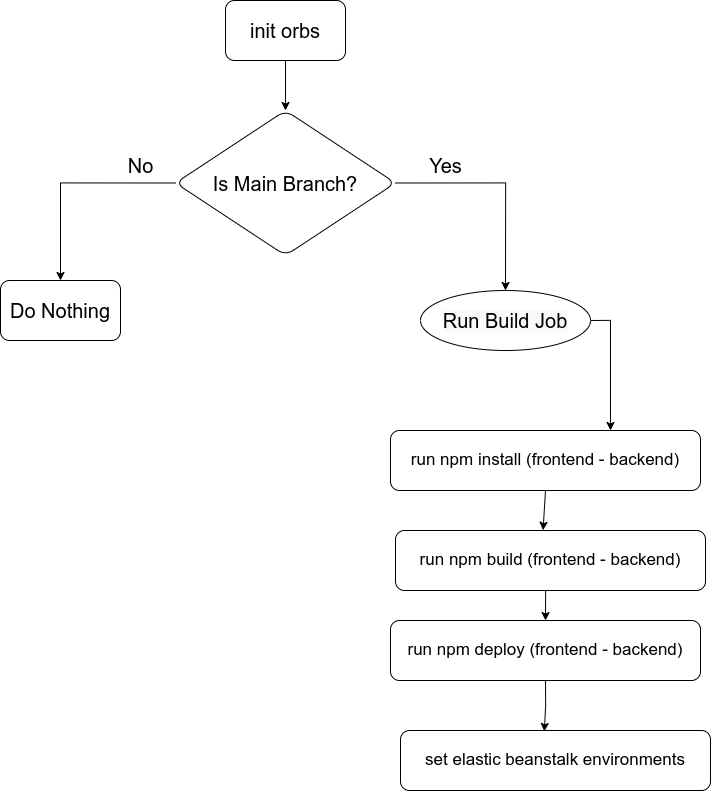
This is documentation/assets/circleci-diagram.png from sayedayman203/udagram-api, a draw.io export, as it was before one commit. Source tidied: cells renumbered, new cells last; positions are measured from the earlier drawing's top-left corner, leaving out a move shared by most shapes. Its diagram source:
```xml
<mxGraphModel>
  <root>
    <mxCell id="0" />
    <mxCell id="1" parent="0" />
    <mxCell id="2" style="edgeStyle=orthogonalEdgeStyle;rounded=0;jettySize=auto;html=1;fontSize=20;" parent="1" edge="1" source="3" target="11">
      <mxGeometry relative="1" as="geometry" />
    </mxCell>
    <mxCell id="3" value="&lt;span style=&quot;font-size: 20px&quot;&gt;init orbs&lt;/span&gt;" style="rounded=1;whiteSpace=wrap;html=1;" parent="1" vertex="1">
      <mxGeometry x="225" width="120" height="60" as="geometry" />
    </mxCell>
    <mxCell id="4" style="edgeStyle=orthogonalEdgeStyle;rounded=0;jettySize=auto;html=1;fontSize=20;exitX=0;exitY=0.5;exitDx=0;exitDy=0;" parent="1" edge="1" source="11" target="6">
      <mxGeometry relative="1" as="geometry">
        <Array as="points">
          <mxPoint x="60" y="183" />
        </Array>
      </mxGeometry>
    </mxCell>
    <mxCell id="5" style="edgeStyle=orthogonalEdgeStyle;rounded=0;jettySize=auto;html=1;fontSize=20;exitX=1;exitY=0.5;exitDx=0;exitDy=0;entryX=0.5;entryY=0;entryDx=0;entryDy=0;" parent="1" edge="1" source="11" target="10">
      <mxGeometry relative="1" as="geometry" />
    </mxCell>
    <mxCell id="6" value="&lt;font style=&quot;font-size: 20px&quot;&gt;Do Nothing&lt;/font&gt;" style="whiteSpace=wrap;html=1;rounded=1;" parent="1" vertex="1">
      <mxGeometry y="280" width="120" height="60" as="geometry" />
    </mxCell>
    <mxCell id="7" value="No" style="text;html=1;align=center;verticalAlign=middle;strokeColor=none;fillColor=none;fontSize=20;" parent="1" vertex="1">
      <mxGeometry x="120" y="150" width="40" height="30" as="geometry" />
    </mxCell>
    <mxCell id="8" value="Yes" style="text;html=1;align=center;verticalAlign=middle;strokeColor=none;fillColor=none;fontSize=20;" parent="1" vertex="1">
      <mxGeometry x="420" y="150" width="50" height="30" as="geometry" />
    </mxCell>
    <mxCell id="9" style="edgeStyle=orthogonalEdgeStyle;rounded=0;jettySize=auto;html=1;fontSize=20;exitX=1;exitY=0.5;exitDx=0;exitDy=0;" parent="1" edge="1" source="10" target="13">
      <mxGeometry relative="1" as="geometry">
        <Array as="points">
          <mxPoint x="610" y="320" />
        </Array>
      </mxGeometry>
    </mxCell>
    <mxCell id="10" value="&lt;span style=&quot;color: rgb(0, 0, 0); font-family: helvetica; font-size: 20px; font-style: normal; font-weight: 400; letter-spacing: normal; text-align: center; text-indent: 0px; text-transform: none; word-spacing: 0px; background-color: rgb(248, 249, 250); display: inline; float: none;&quot;&gt;Run Build Job&lt;/span&gt;" style="ellipse;whiteSpace=wrap;html=1;rounded=1;" parent="1" vertex="1">
      <mxGeometry x="420" y="290" width="170" height="60" as="geometry" />
    </mxCell>
    <mxCell id="11" value="&lt;font style=&quot;font-size: 20px&quot;&gt;Is Main Branch?&lt;/font&gt;" style="rhombus;whiteSpace=wrap;html=1;rounded=1;" parent="1" vertex="1">
      <mxGeometry x="175" y="110" width="220" height="145" as="geometry" />
    </mxCell>
    <mxCell id="12" style="edgeStyle=orthogonalEdgeStyle;rounded=0;jettySize=auto;html=1;exitX=0.5;exitY=1;exitDx=0;exitDy=0;entryX=0.476;entryY=-0.004;entryDx=0;entryDy=0;entryPerimeter=0;fontSize=17;" parent="1" edge="1" source="13" target="15">
      <mxGeometry relative="1" as="geometry" />
    </mxCell>
    <mxCell id="13" value="&lt;font style=&quot;font-size: 17px&quot;&gt;run npm install (frontend - backend)&lt;/font&gt;" style="whiteSpace=wrap;html=1;rounded=1;" parent="1" vertex="1">
      <mxGeometry x="390" y="430" width="310" height="60" as="geometry" />
    </mxCell>
    <mxCell id="14" style="edgeStyle=orthogonalEdgeStyle;rounded=0;jettySize=auto;html=1;exitX=0.5;exitY=1;exitDx=0;exitDy=0;entryX=0.5;entryY=0;entryDx=0;entryDy=0;fontSize=17;" parent="1" edge="1" source="15" target="17">
      <mxGeometry relative="1" as="geometry" />
    </mxCell>
    <mxCell id="15" value="&lt;font style=&quot;font-size: 17px&quot;&gt;run npm build (frontend - backend)&lt;/font&gt;" style="whiteSpace=wrap;html=1;rounded=1;" parent="1" vertex="1">
      <mxGeometry x="395" y="530" width="310" height="60" as="geometry" />
    </mxCell>
    <mxCell id="16" style="edgeStyle=orthogonalEdgeStyle;rounded=0;jettySize=auto;html=1;exitX=0.5;exitY=1;exitDx=0;exitDy=0;entryX=0.464;entryY=0.015;entryDx=0;entryDy=0;entryPerimeter=0;fontSize=17;" parent="1" edge="1" source="17" target="18">
      <mxGeometry relative="1" as="geometry">
        <Array as="points">
          <mxPoint x="545" y="705" />
          <mxPoint x="544" y="705" />
        </Array>
      </mxGeometry>
    </mxCell>
    <mxCell id="17" value="&lt;font style=&quot;font-size: 17px&quot;&gt;run npm deploy (frontend - backend)&lt;/font&gt;" style="whiteSpace=wrap;html=1;rounded=1;" parent="1" vertex="1">
      <mxGeometry x="390" y="620" width="310" height="60" as="geometry" />
    </mxCell>
    <mxCell id="18" value="&lt;font style=&quot;font-size: 17px&quot;&gt;set elastic beanstalk environments&lt;/font&gt;" style="whiteSpace=wrap;html=1;rounded=1;" parent="1" vertex="1">
      <mxGeometry x="400" y="730" width="310" height="60" as="geometry" />
    </mxCell>
  </root>
</mxGraphModel>
```
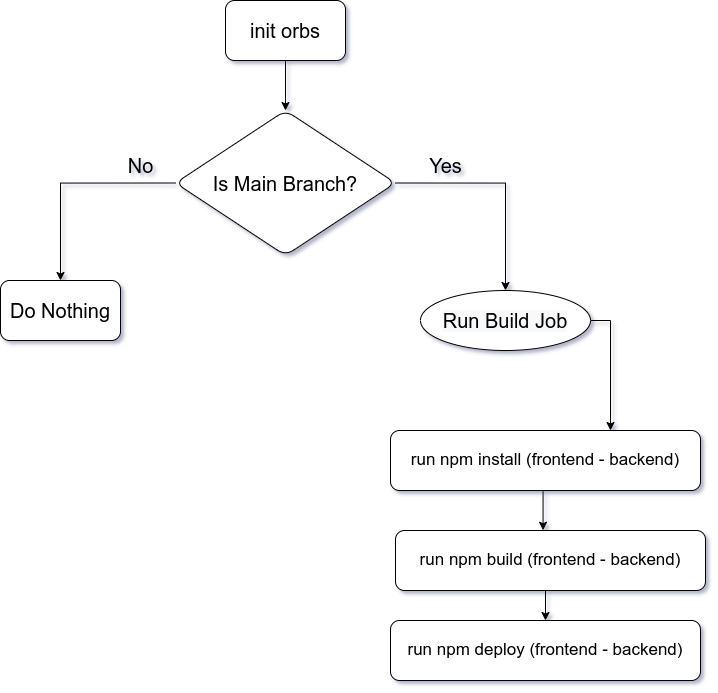
After the commit.

Change to the diagram source:
```diff
@@ -52,19 +52,8 @@
     <mxCell id="15" value="&lt;font style=&quot;font-size: 17px&quot;&gt;run npm build (frontend - backend)&lt;/font&gt;" style="whiteSpace=wrap;html=1;rounded=1;" parent="1" vertex="1">
       <mxGeometry x="395" y="530" width="310" height="60" as="geometry" />
     </mxCell>
-    <mxCell id="16" style="edgeStyle=orthogonalEdgeStyle;rounded=0;jettySize=auto;html=1;exitX=0.5;exitY=1;exitDx=0;exitDy=0;entryX=0.464;entryY=0.015;entryDx=0;entryDy=0;entryPerimeter=0;fontSize=17;" parent="1" edge="1" source="17" target="18">
-      <mxGeometry relative="1" as="geometry">
-        <Array as="points">
-          <mxPoint x="545" y="705" />
-          <mxPoint x="544" y="705" />
-        </Array>
-      </mxGeometry>
-    </mxCell>
     <mxCell id="17" value="&lt;font style=&quot;font-size: 17px&quot;&gt;run npm deploy (frontend - backend)&lt;/font&gt;" style="whiteSpace=wrap;html=1;rounded=1;" parent="1" vertex="1">
       <mxGeometry x="390" y="620" width="310" height="60" as="geometry" />
     </mxCell>
-    <mxCell id="18" value="&lt;font style=&quot;font-size: 17px&quot;&gt;set elastic beanstalk environments&lt;/font&gt;" style="whiteSpace=wrap;html=1;rounded=1;" parent="1" vertex="1">
-      <mxGeometry x="400" y="730" width="310" height="60" as="geometry" />
-    </mxCell>
   </root>
 </mxGraphModel>
```
